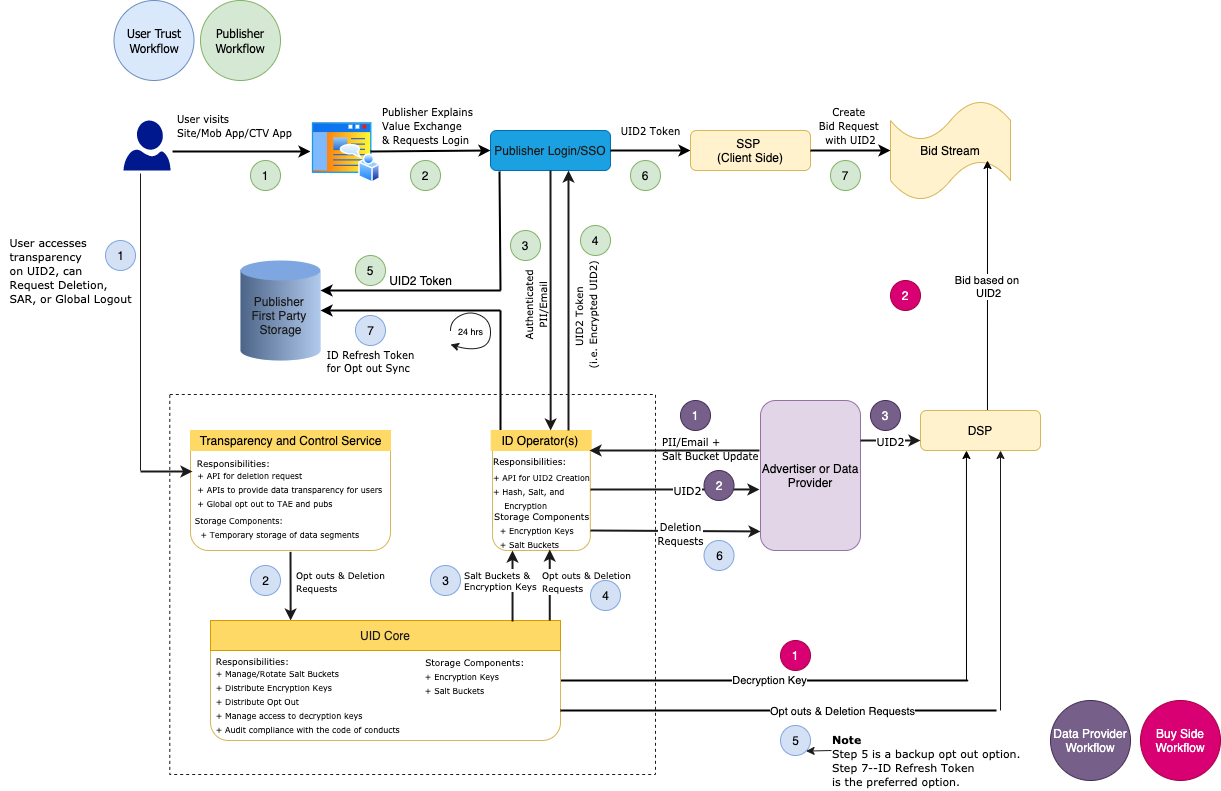
This is images/macro_view.png from IABTechLab/uid2docs, a draw.io export, as it was before one commit. Source tidied: cells renumbered, new cells last; positions are measured from the earlier drawing's top-left corner, leaving out a move shared by most shapes.
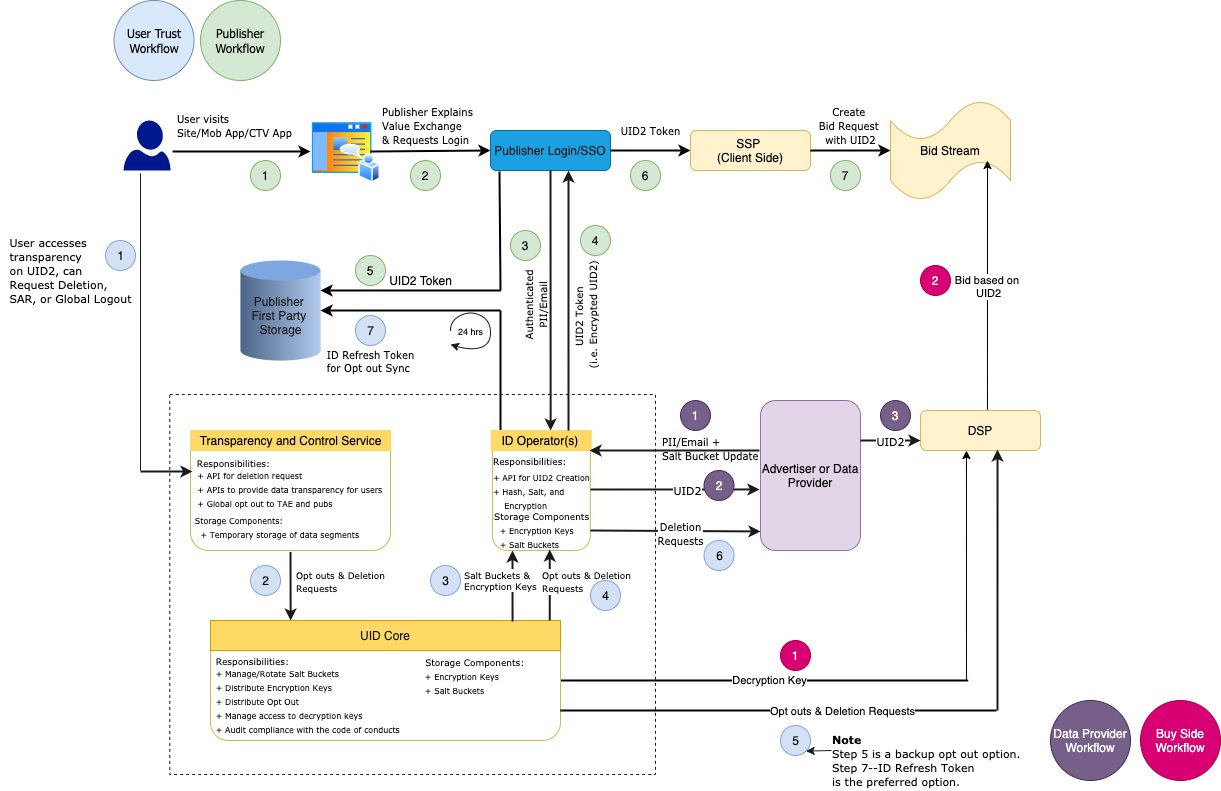
The same file after the commit.

Diff of the diagram source:
```diff
@@ -5,12 +5,12 @@
     <mxCell id="2" value="&lt;font color=&quot;#1a1a1a&quot;&gt;Publisher Login/SSO&lt;/font&gt;" style="rounded=1;whiteSpace=wrap;html=1;fontSize=12;glass=0;strokeWidth=1;shadow=0;fillColor=#1ba1e2;strokeColor=#006EAF;fontColor=#ffffff;" parent="1" vertex="1">
       <mxGeometry x="490" y="130" width="120" height="40" as="geometry" />
     </mxCell>
-    <mxCell id="3" value="No" style="rounded=0;html=1;jettySize=auto;fontSize=11;endArrow=block;endFill=0;endSize=8;strokeWidth=1;shadow=0;labelBackgroundColor=none;edgeStyle=orthogonalEdgeStyle;" parent="1" edge="1" source="x">
+    <mxCell id="3" value="No" style="rounded=0;html=1;jettySize=auto;orthogonalLoop=1;fontSize=11;endArrow=block;endFill=0;endSize=8;strokeWidth=1;shadow=0;labelBackgroundColor=none;edgeStyle=orthogonalEdgeStyle;" parent="1" edge="1">
       <mxGeometry x="0.33" y="20" relative="1" as="geometry">
         <mxPoint x="1060" y="460" as="targetPoint" />
       </mxGeometry>
     </mxCell>
-    <mxCell id="4" value="Yes" style="edgeStyle=orthogonalEdgeStyle;rounded=0;html=1;jettySize=auto;fontSize=11;endArrow=block;endFill=0;endSize=8;strokeWidth=1;shadow=0;labelBackgroundColor=none;" parent="1" edge="1" target="x">
+    <mxCell id="4" value="Yes" style="edgeStyle=orthogonalEdgeStyle;rounded=0;html=1;jettySize=auto;orthogonalLoop=1;fontSize=11;endArrow=block;endFill=0;endSize=8;strokeWidth=1;shadow=0;labelBackgroundColor=none;" parent="1" edge="1">
       <mxGeometry y="10" relative="1" as="geometry">
         <mxPoint x="1110" y="360" as="sourcePoint" />
       </mxGeometry>
@@ -308,17 +308,16 @@
     <mxCell id="78" value="Opt outs &amp;amp; Deletion Requests" style="edgeLabel;html=1;align=center;verticalAlign=middle;" parent="77" vertex="1">
       <mxGeometry x="0.2" relative="1" as="geometry" />
     </mxCell>
-    <mxCell id="79" style="endArrow=classic;html=1;strokeColor=#1A1A1A;strokeWidth=1;" parent="1" edge="1">
+    <mxCell id="79" style="endArrow=classic;html=1;strokeColor=#1A1A1A;strokeWidth=2;entryX=0.642;entryY=0.975;entryDx=0;entryDy=0;entryPerimeter=0;" parent="1" edge="1" target="21">
       <mxGeometry relative="1" as="geometry">
-        <mxPoint x="1000" y="710" as="sourcePoint" />
-        <mxPoint x="1000" y="450" as="targetPoint" />
+        <mxPoint x="997" y="710" as="sourcePoint" />
       </mxGeometry>
     </mxCell>
     <mxCell id="80" value="1" style="ellipse;whiteSpace=wrap;html=1;fillColor=#d80073;strokeColor=#A50040;fontColor=#ffffff;" parent="1" vertex="1">
       <mxGeometry x="780" y="640" width="30" height="30" as="geometry" />
     </mxCell>
     <mxCell id="81" value="2" style="ellipse;whiteSpace=wrap;html=1;fillColor=#d80073;strokeColor=#A50040;fontColor=#ffffff;" parent="1" vertex="1">
-      <mxGeometry x="890" y="280" width="30" height="30" as="geometry" />
+      <mxGeometry x="920" y="265" width="30" height="30" as="geometry" />
     </mxCell>
     <mxCell id="82" value="1" style="shape=ellipse;html=1;dashed=0;whitespace=wrap;perimeter=ellipsePerimeter;rounded=1;strokeColor=#7EA6E0;fillColor=#D4E1F5;" parent="1" vertex="1">
       <mxGeometry x="105" y="240" width="30" height="30" as="geometry" />
@@ -345,7 +344,7 @@
       <mxGeometry x="660.5" y="430" width="110" height="50" as="geometry" />
     </mxCell>
     <mxCell id="90" value="3" style="ellipse;whiteSpace=wrap;html=1;fillColor=#76608a;strokeColor=#432D57;fontColor=#ffffff;" parent="1" vertex="1">
-      <mxGeometry x="870" y="400" width="30" height="30" as="geometry" />
+      <mxGeometry x="880" y="400" width="30" height="30" as="geometry" />
     </mxCell>
     <mxCell id="91" style="endArrow=classic;html=1;strokeColor=#1A1A1A;strokeWidth=2;entryX=0;entryY=0.75;entryDx=0;entryDy=0;" parent="1" edge="1" target="21">
       <mxGeometry relative="1" as="geometry">
```
